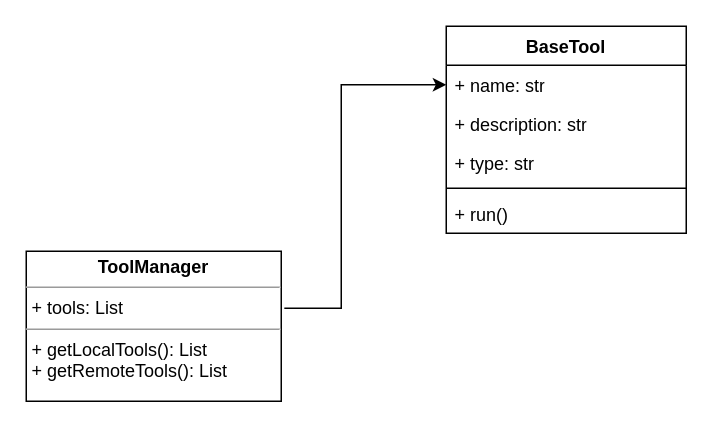
Earlier version of the draw.io diagram 未命名绘图.drawio (zhangfang/Auto-GPT). Source tidied: cells renumbered, new cells numbered last; positions are measured from the earlier drawing's top-left corner, leaving out a move shared by most shapes. Both pictures are drawn from the tidied source at 150%, with x=0, y=0 at pixel (26, 26).
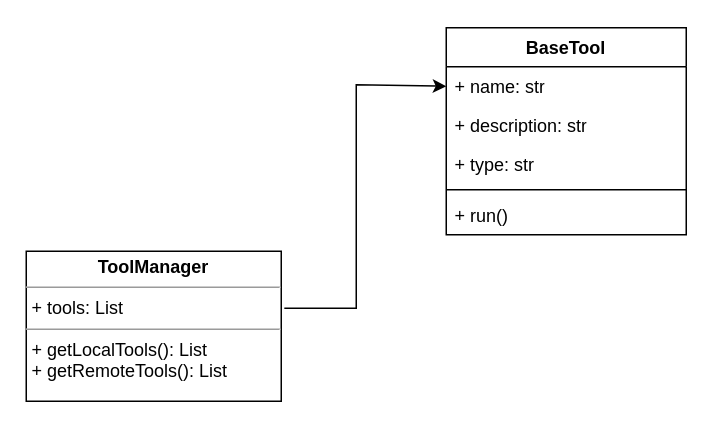
The same diagram, later.

Commit message (it also covers changes not shown here):
更新未命名绘图.drawio

Diff of the diagram source:
```diff
@@
 <mxGraphModel>
   <root>
     <mxCell id="0" />
     <mxCell id="1" parent="0" />
-    <mxCell id="2" style="edgeStyle=orthogonalEdgeStyle;rounded=0;jettySize=auto;html=1;entryX=0;entryY=0.5;entryDx=0;entryDy=0;exitX=1.012;exitY=0.38;exitDx=0;exitDy=0;exitPerimeter=0;" parent="1" edge="1" source="3" target="5">
-      <mxGeometry relative="1" as="geometry">
-        <Array as="points">
-          <mxPoint x="210" y="188" />
-          <mxPoint x="210" y="39" />
-        </Array>
-      </mxGeometry>
-    </mxCell>
+    <mxCell id="10" style="group;" parent="1" vertex="1">
+      <mxGeometry y="1" width="440" height="249" as="geometry" />
+    </mxCell>
-    <mxCell id="3" value="&lt;p style=&quot;margin:0px;margin-top:4px;text-align:center;&quot;&gt;&lt;b&gt;ToolManager&lt;/b&gt;&lt;/p&gt;&lt;hr size=&quot;1&quot;&gt;&lt;p style=&quot;margin:0px;margin-left:4px;&quot;&gt;+ tools: List&lt;/p&gt;&lt;hr size=&quot;1&quot;&gt;&lt;p style=&quot;margin:0px;margin-left:4px;&quot;&gt;+ getLocalTools(): List&lt;/p&gt;&lt;p style=&quot;margin:0px;margin-left:4px;&quot;&gt;+ getRemoteTools(): List&lt;/p&gt;" style="verticalAlign=top;align=left;overflow=fill;fontSize=12;fontFamily=Helvetica;html=1;whiteSpace=wrap;" parent="1" vertex="1">
-      <mxGeometry y="150" width="170" height="100" as="geometry" />
+    <mxCell id="3" value="&lt;p style=&quot;margin:0px;margin-top:4px;text-align:center;&quot;&gt;&lt;b&gt;ToolManager&lt;/b&gt;&lt;/p&gt;&lt;hr size=&quot;1&quot;&gt;&lt;p style=&quot;margin:0px;margin-left:4px;&quot;&gt;+ tools: List&lt;/p&gt;&lt;hr size=&quot;1&quot;&gt;&lt;p style=&quot;margin:0px;margin-left:4px;&quot;&gt;+ getLocalTools(): List&lt;/p&gt;&lt;p style=&quot;margin:0px;margin-left:4px;&quot;&gt;+ getRemoteTools(): List&lt;/p&gt;" style="verticalAlign=top;align=left;overflow=fill;fontSize=12;fontFamily=Helvetica;html=1;whiteSpace=wrap;" parent="10" vertex="1">
+      <mxGeometry y="149" width="170" height="100" as="geometry" />
     </mxCell>
-    <mxCell id="4" value="BaseTool" style="swimlane;fontStyle=1;align=center;verticalAlign=top;horizontal=1;startSize=26;whiteSpace=wrap;html=1;" parent="1" vertex="1">
+    <mxCell id="4" value="BaseTool" style="swimlane;fontStyle=1;align=center;verticalAlign=top;horizontal=1;startSize=26;whiteSpace=wrap;html=1;" parent="10" vertex="1">
       <mxGeometry x="280" width="160" height="138" as="geometry" />
     </mxCell>
     <mxCell id="5" value="+ name: str" style="text;strokeColor=none;fillColor=none;align=left;verticalAlign=top;spacingLeft=4;spacingRight=4;overflow=hidden;points=[[0,0.5],[1,0.5]];portConstraint=eastwest;whiteSpace=wrap;html=1;" parent="4" vertex="1">
       <mxGeometry y="26" width="160" height="26" as="geometry" />
     </mxCell>
     <mxCell id="6" value="+ description: str" style="text;strokeColor=none;fillColor=none;align=left;verticalAlign=top;spacingLeft=4;spacingRight=4;overflow=hidden;whiteSpace=wrap;html=1;" parent="4" vertex="1">
       <mxGeometry y="52" width="160" height="26" as="geometry" />
     </mxCell>
     <mxCell id="7" value="+ type: str" style="text;strokeColor=none;fillColor=none;align=left;verticalAlign=top;spacingLeft=4;spacingRight=4;overflow=hidden;whiteSpace=wrap;html=1;" parent="4" vertex="1">
       <mxGeometry y="78" width="160" height="26" as="geometry" />
     </mxCell>
     <mxCell id="8" style="line;strokeWidth=1;fillColor=none;align=left;verticalAlign=middle;spacingTop=-1;spacingLeft=3;spacingRight=3;labelPosition=right;strokeColor=inherit;" parent="4" vertex="1">
       <mxGeometry y="104" width="160" height="8" as="geometry" />
     </mxCell>
     <mxCell id="9" value="+ run()" style="text;strokeColor=none;fillColor=none;align=left;verticalAlign=top;spacingLeft=4;spacingRight=4;overflow=hidden;whiteSpace=wrap;html=1;" parent="4" vertex="1">
       <mxGeometry y="112" width="160" height="26" as="geometry" />
     </mxCell>
+    <mxCell id="2" style="edgeStyle=orthogonalEdgeStyle;rounded=0;jettySize=auto;html=1;entryX=0;entryY=0.5;entryDx=0;entryDy=0;exitX=1.012;exitY=0.38;exitDx=0;exitDy=0;exitPerimeter=0;" parent="10" edge="1" source="3" target="5">
+      <mxGeometry relative="1" as="geometry">
+        <Array as="points">
+          <mxPoint x="220" y="187" />
+          <mxPoint x="220" y="38" />
+        </Array>
+      </mxGeometry>
+    </mxCell>
   </root>
 </mxGraphModel>
```
